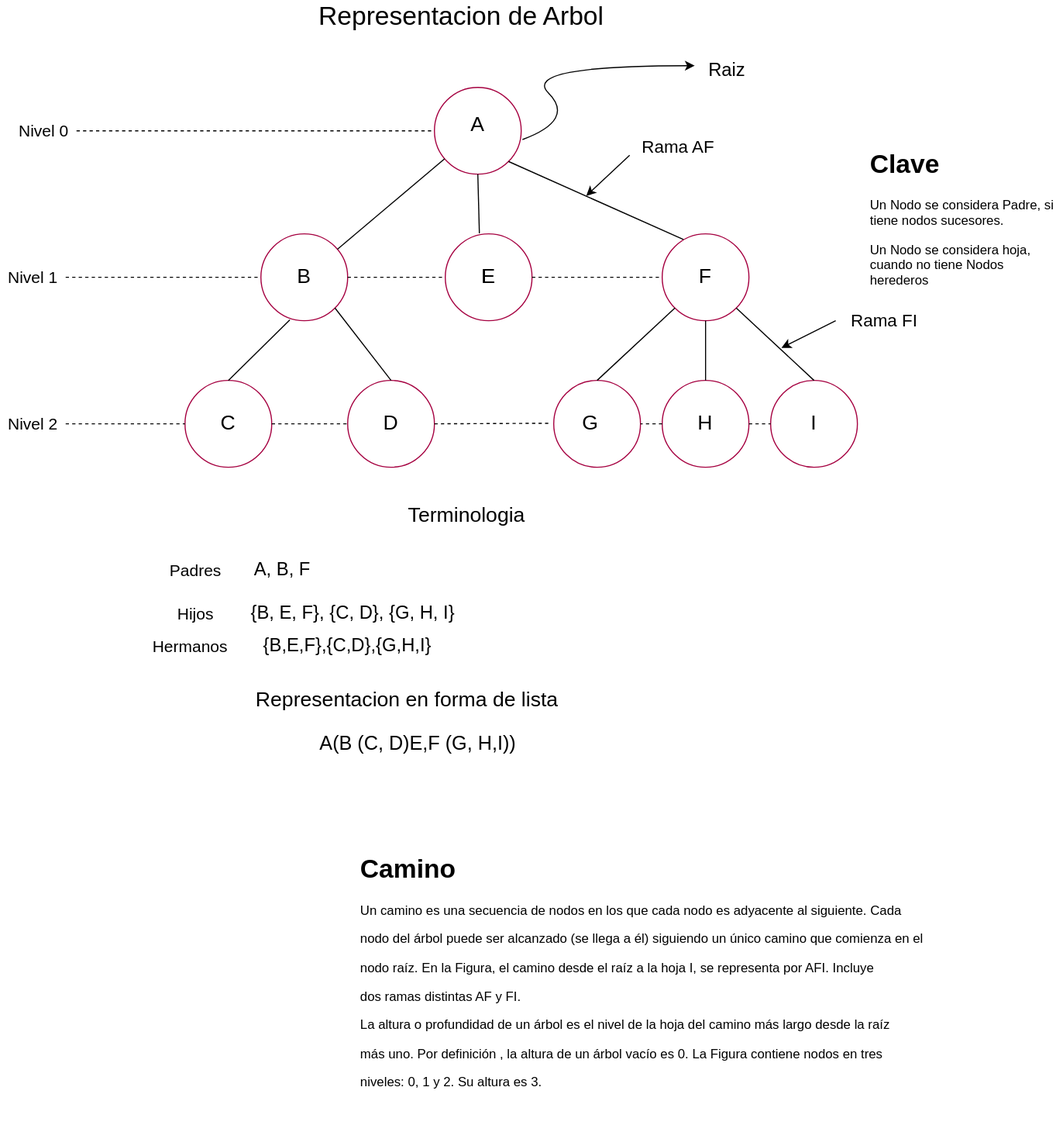
This is Estructura-de-datos/Arboles/Representacion.drawio.svg from Nordcode-cyber/Algoritmos-Estructdatos, a draw.io export, as it was before one commit. Source tidied: cells renumbered, new cells last; positions are measured from the earlier drawing's top-left corner, leaving out a move shared by most shapes.
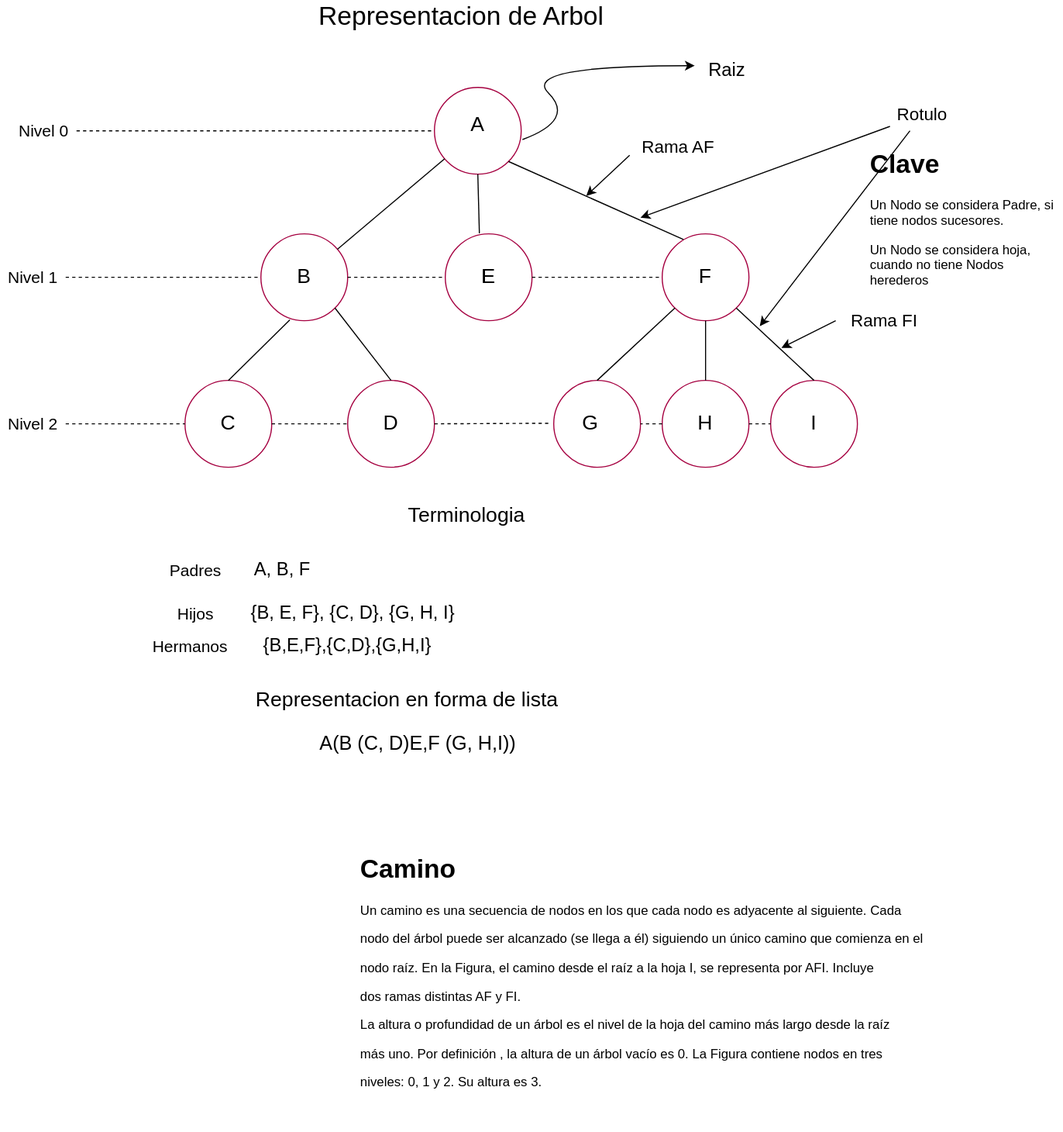
After the commit.

Diff of the diagram source:
```diff
@@ -2,12 +2,14 @@
   <root>
     <mxCell id="0" />
     <mxCell id="1" parent="0" />
+    <mxCell id="60" style="edgeStyle=none;html=1;" parent="1" edge="1" source="62">
+      <mxGeometry relative="1" as="geometry">
+        <mxPoint x="700" y="300" as="targetPoint" />
+      </mxGeometry>
+    </mxCell>
     <mxCell id="2" style="endArrow=none;dashed=1;html=1;exitX=1;exitY=0.5;exitDx=0;exitDy=0;entryX=0;entryY=0.5;entryDx=0;entryDy=0;" parent="1" edge="1" source="11" target="14">
       <mxGeometry relative="1" as="geometry" />
     </mxCell>
-    <mxCell id="3" value="&lt;h1 style=&quot;margin-top: 0px;&quot;&gt;Clave&lt;/h1&gt;&lt;p&gt;Un &lt;font style=&quot;color: light-dark(rgb(0, 0, 0), rgb(255, 51, 51));&quot;&gt;Nodo&lt;/font&gt; se considera Padre, si tiene nodos sucesores.&lt;/p&gt;&lt;p&gt;Un &lt;font style=&quot;color: light-dark(rgb(0, 0, 0), rgb(255, 51, 51));&quot;&gt;Nodo&lt;/font&gt; se considera hoja, cuando no tiene Nodos herederos&lt;/p&gt;" style="text;html=1;whiteSpace=wrap;overflow=hidden;rounded=0;" parent="1" vertex="1">
-      <mxGeometry x="800" y="130" width="180" height="150" as="geometry" />
-    </mxCell>
     <mxCell id="4" value="&lt;font style=&quot;font-size: 24px;&quot;&gt;Representacion de Arbol&lt;/font&gt;" style="text;html=1;align=center;verticalAlign=middle;whiteSpace=wrap;rounded=0;" parent="1" vertex="1">
       <mxGeometry x="200" width="450" height="30" as="geometry" />
     </mxCell>
@@ -195,5 +197,16 @@
     <mxCell id="59" value="&lt;font style=&quot;font-size: 18px;&quot;&gt;A(B (C, D)E,F (G, H,I))&lt;/font&gt;" style="text;html=1;align=center;verticalAlign=middle;whiteSpace=wrap;rounded=0;" parent="1" vertex="1">
       <mxGeometry x="250" y="670" width="270" height="30" as="geometry" />
     </mxCell>
+    <mxCell id="61" style="edgeStyle=none;html=1;" parent="1" edge="1" source="62">
+      <mxGeometry relative="1" as="geometry">
+        <mxPoint x="590" y="200" as="targetPoint" />
+      </mxGeometry>
+    </mxCell>
+    <mxCell id="62" value="&lt;font style=&quot;color: light-dark(rgb(0, 0, 0), rgb(51, 255, 51)); font-size: 16px;&quot;&gt;Rotulo&lt;/font&gt;" style="text;html=1;align=center;verticalAlign=middle;whiteSpace=wrap;rounded=0;" parent="1" vertex="1">
+      <mxGeometry x="820" y="90" width="60" height="30" as="geometry" />
+    </mxCell>
+    <mxCell id="3" value="&lt;h1 style=&quot;margin-top: 0px;&quot;&gt;Clave&lt;/h1&gt;&lt;p&gt;Un &lt;font style=&quot;color: light-dark(rgb(0, 0, 0), rgb(255, 51, 51));&quot;&gt;Nodo&lt;/font&gt; se considera Padre, si tiene nodos sucesores.&lt;/p&gt;&lt;p&gt;Un &lt;font style=&quot;color: light-dark(rgb(0, 0, 0), rgb(255, 51, 51));&quot;&gt;Nodo&lt;/font&gt; se considera hoja, cuando no tiene Nodos herederos&lt;/p&gt;" style="text;html=1;whiteSpace=wrap;overflow=hidden;rounded=0;" parent="1" vertex="1">
+      <mxGeometry x="800" y="130" width="180" height="150" as="geometry" />
+    </mxCell>
   </root>
 </mxGraphModel>
```
